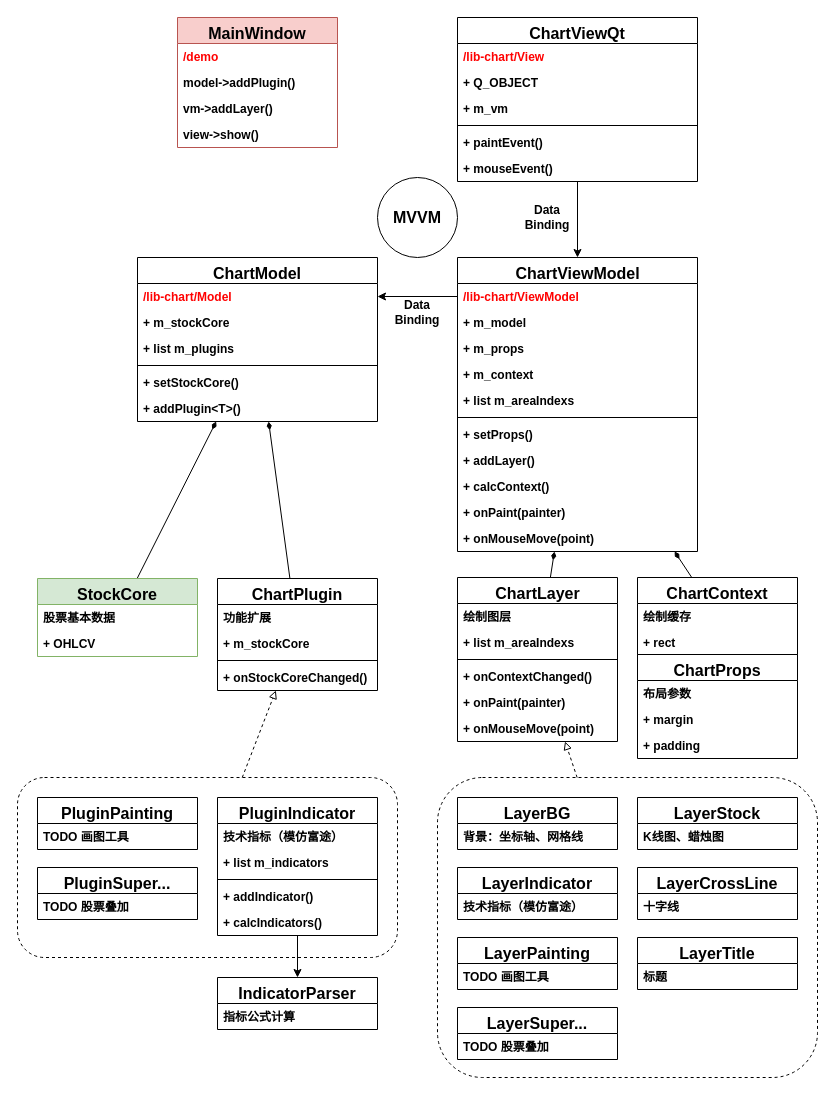
Before: doc/architecture.drawio in zxffffffff/stock-charts-cpp, a draw.io diagram. Source tidied: cells renumbered, new cells numbered last; positions are measured from the earlier drawing's top-left corner, leaving out a move shared by most shapes. Both pictures are drawn from the tidied source at 100%, with x=0, y=0 at pixel (17, 17).
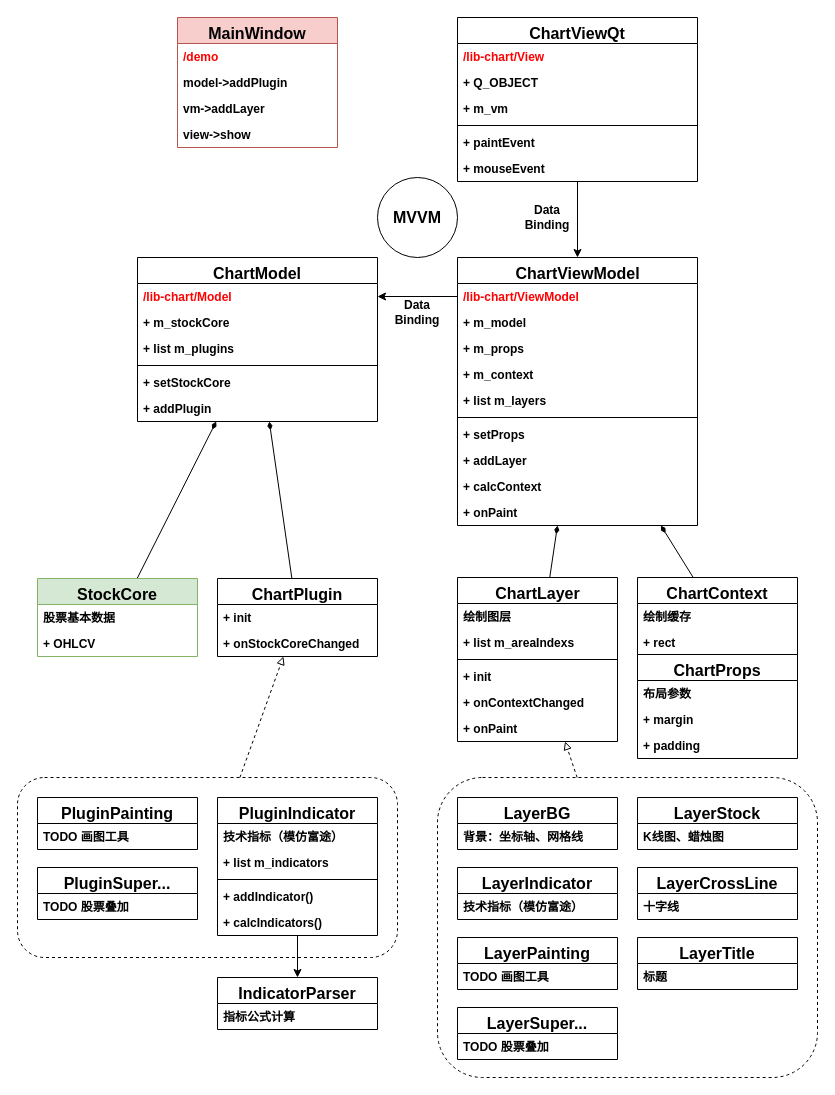
The same diagram, later.

The change refers to these unchanged cells:
```xml
<mxCell id="6" value="ChartModel" style="swimlane;fontStyle=1;align=center;verticalAlign=top;horizontal=1;startSize=26;fontSize=16;fontFamily=微软雅黑;" parent="1" vertex="1">
  <mxGeometry x="120" y="240" width="240" height="164" as="geometry" />
</mxCell>
<mxCell id="57" value="ChartLayer" style="swimlane;fontStyle=1;align=center;verticalAlign=top;horizontal=1;startSize=26;fontSize=16;html=1;fontFamily=微软雅黑;" parent="1" vertex="1">
  <mxGeometry x="440" y="560" width="160" height="164" as="geometry" />
</mxCell>
<mxCell id="78" value="MainWindow" style="swimlane;fontStyle=1;align=center;verticalAlign=top;horizontal=1;startSize=26;fontSize=16;fontFamily=微软雅黑;fillColor=#f8cecc;strokeColor=#b85450;" parent="1" vertex="1">
  <mxGeometry x="160" width="160" height="130" as="geometry" />
</mxCell>
<mxCell id="85" value="ChartViewQt" style="swimlane;fontStyle=1;align=center;verticalAlign=top;horizontal=1;startSize=26;fontSize=16;fontFamily=微软雅黑;" parent="1" vertex="1">
  <mxGeometry x="440" width="240" height="164" as="geometry" />
</mxCell>
```

Change to the diagram source:
```diff
@@
-    <mxCell id="11" value="+ setStockCore()" style="text;align=left;verticalAlign=top;spacingLeft=4;spacingRight=4;overflow=hidden;fontFamily=微软雅黑;fontStyle=1;" parent="6" vertex="1">
+    <mxCell id="11" value="+ setStockCore" style="text;align=left;verticalAlign=top;spacingLeft=4;spacingRight=4;overflow=hidden;fontFamily=微软雅黑;fontStyle=1;" parent="6" vertex="1">
       <mxGeometry y="112" width="240" height="26" as="geometry" />
     </mxCell>
-    <mxCell id="12" value="+ addPlugin&lt;T&gt;()" style="text;align=left;verticalAlign=top;spacingLeft=4;spacingRight=4;overflow=hidden;fontFamily=微软雅黑;fontStyle=1;" parent="6" vertex="1">
+    <mxCell id="12" value="+ addPlugin" style="text;align=left;verticalAlign=top;spacingLeft=4;spacingRight=4;overflow=hidden;fontFamily=微软雅黑;fontStyle=1;" parent="6" vertex="1">
       <mxGeometry y="138" width="240" height="26" as="geometry" />
     </mxCell>
@@
     <mxCell id="22" value="ChartPlugin" style="swimlane;fontStyle=1;align=center;verticalAlign=top;horizontal=1;startSize=26;fontSize=16;fontFamily=微软雅黑;" parent="1" vertex="1">
-      <mxGeometry x="200" y="561" width="160" height="112" as="geometry" />
+      <mxGeometry x="200" y="561" width="160" height="78" as="geometry" />
     </mxCell>
-    <mxCell id="23" value="功能扩展" style="text;align=left;verticalAlign=top;spacingLeft=4;spacingRight=4;overflow=hidden;fontFamily=微软雅黑;fontStyle=1;" parent="22" vertex="1">
-      <mxGeometry y="26" width="160" height="26" as="geometry" />
-    </mxCell>
-    <mxCell id="24" value="+ m_stockCore" style="text;align=left;verticalAlign=top;spacingLeft=4;spacingRight=4;overflow=hidden;fontFamily=微软雅黑;fontStyle=1;" parent="22" vertex="1">
-      <mxGeometry y="52" width="160" height="26" as="geometry" />
+    <mxCell id="24" value="+ init" style="text;align=left;verticalAlign=top;spacingLeft=4;spacingRight=4;overflow=hidden;fontFamily=微软雅黑;fontStyle=1;" parent="22" vertex="1">
+      <mxGeometry y="26" width="160" height="26" as="geometry" />
     </mxCell>
-    <mxCell id="25" style="line;strokeWidth=1;align=left;verticalAlign=middle;spacingTop=-1;spacingLeft=3;spacingRight=3;labelPosition=right;fontFamily=微软雅黑;fontStyle=1;" parent="22" vertex="1">
-      <mxGeometry y="78" width="160" height="8" as="geometry" />
-    </mxCell>
-    <mxCell id="26" value="+ onStockCoreChanged()" style="text;align=left;verticalAlign=top;spacingLeft=4;spacingRight=4;overflow=hidden;fontFamily=微软雅黑;fontStyle=1;" parent="22" vertex="1">
-      <mxGeometry y="86" width="160" height="26" as="geometry" />
+    <mxCell id="26" value="+ onStockCoreChanged" style="text;align=left;verticalAlign=top;spacingLeft=4;spacingRight=4;overflow=hidden;fontFamily=微软雅黑;fontStyle=1;" parent="22" vertex="1">
+      <mxGeometry y="52" width="160" height="26" as="geometry" />
     </mxCell>
@@
     <mxCell id="31" value="ChartViewModel" style="swimlane;fontStyle=1;align=center;verticalAlign=top;horizontal=1;startSize=26;fontSize=16;html=1;fontFamily=微软雅黑;" parent="1" vertex="1">
-      <mxGeometry x="440" y="240" width="240" height="294" as="geometry" />
+      <mxGeometry x="440" y="240" width="240" height="268" as="geometry" />
     </mxCell>
@@
-    <mxCell id="36" value="+ list m_areaIndexs" style="text;align=left;verticalAlign=top;spacingLeft=4;spacingRight=4;overflow=hidden;fontFamily=微软雅黑;fontStyle=1;" parent="31" vertex="1">
+    <mxCell id="36" value="+ list m_layers" style="text;align=left;verticalAlign=top;spacingLeft=4;spacingRight=4;overflow=hidden;fontFamily=微软雅黑;fontStyle=1;" parent="31" vertex="1">
       <mxGeometry y="130" width="240" height="26" as="geometry" />
     </mxCell>
@@
-    <mxCell id="38" value="+ setProps()" style="text;align=left;verticalAlign=top;spacingLeft=4;spacingRight=4;overflow=hidden;fontFamily=微软雅黑;fontStyle=1;" parent="31" vertex="1">
+    <mxCell id="38" value="+ setProps" style="text;align=left;verticalAlign=top;spacingLeft=4;spacingRight=4;overflow=hidden;fontFamily=微软雅黑;fontStyle=1;" parent="31" vertex="1">
       <mxGeometry y="164" width="240" height="26" as="geometry" />
     </mxCell>
-    <mxCell id="39" value="+ addLayer()" style="text;align=left;verticalAlign=top;spacingLeft=4;spacingRight=4;overflow=hidden;fontFamily=微软雅黑;fontStyle=1;" parent="31" vertex="1">
+    <mxCell id="39" value="+ addLayer" style="text;align=left;verticalAlign=top;spacingLeft=4;spacingRight=4;overflow=hidden;fontFamily=微软雅黑;fontStyle=1;" parent="31" vertex="1">
       <mxGeometry y="190" width="240" height="26" as="geometry" />
     </mxCell>
-    <mxCell id="40" value="+ calcContext()" style="text;align=left;verticalAlign=top;spacingLeft=4;spacingRight=4;overflow=hidden;fontFamily=微软雅黑;fontStyle=1;" parent="31" vertex="1">
+    <mxCell id="40" value="+ calcContext" style="text;align=left;verticalAlign=top;spacingLeft=4;spacingRight=4;overflow=hidden;fontFamily=微软雅黑;fontStyle=1;" parent="31" vertex="1">
       <mxGeometry y="216" width="240" height="26" as="geometry" />
     </mxCell>
-    <mxCell id="41" value="+ onPaint(painter)" style="text;align=left;verticalAlign=top;spacingLeft=4;spacingRight=4;overflow=hidden;fontFamily=微软雅黑;fontStyle=1;" parent="31" vertex="1">
+    <mxCell id="41" value="+ onPaint" style="text;align=left;verticalAlign=top;spacingLeft=4;spacingRight=4;overflow=hidden;fontFamily=微软雅黑;fontStyle=1;" parent="31" vertex="1">
       <mxGeometry y="242" width="240" height="26" as="geometry" />
     </mxCell>
-    <mxCell id="42" value="+ onMouseMove(point)" style="text;align=left;verticalAlign=top;spacingLeft=4;spacingRight=4;overflow=hidden;fontFamily=微软雅黑;fontStyle=1;" parent="31" vertex="1">
-      <mxGeometry y="268" width="240" height="26" as="geometry" />
-    </mxCell>
@@
-    <mxCell id="61" value="+ onContextChanged()" style="text;align=left;verticalAlign=top;spacingLeft=4;spacingRight=4;overflow=hidden;fontFamily=微软雅黑;fontStyle=1;" parent="57" vertex="1">
+    <mxCell id="61" value="+ init" style="text;align=left;verticalAlign=top;spacingLeft=4;spacingRight=4;overflow=hidden;fontFamily=微软雅黑;fontStyle=1;" parent="57" vertex="1">
       <mxGeometry y="86" width="160" height="26" as="geometry" />
     </mxCell>
-    <mxCell id="62" value="+ onPaint(painter)" style="text;align=left;verticalAlign=top;spacingLeft=4;spacingRight=4;overflow=hidden;fontFamily=微软雅黑;fontStyle=1;" parent="57" vertex="1">
+    <mxCell id="62" value="+ onContextChanged" style="text;align=left;verticalAlign=top;spacingLeft=4;spacingRight=4;overflow=hidden;fontFamily=微软雅黑;fontStyle=1;" parent="57" vertex="1">
       <mxGeometry y="112" width="160" height="26" as="geometry" />
     </mxCell>
-    <mxCell id="63" value="+ onMouseMove(point)" style="text;align=left;verticalAlign=top;spacingLeft=4;spacingRight=4;overflow=hidden;fontFamily=微软雅黑;fontStyle=1;" parent="57" vertex="1">
+    <mxCell id="63" value="+ onPaint" style="text;align=left;verticalAlign=top;spacingLeft=4;spacingRight=4;overflow=hidden;fontFamily=微软雅黑;fontStyle=1;" parent="57" vertex="1">
       <mxGeometry y="138" width="160" height="26" as="geometry" />
     </mxCell>
@@
-    <mxCell id="80" value="model-&gt;addPlugin()" style="text;align=left;verticalAlign=top;spacingLeft=4;spacingRight=4;overflow=hidden;fontFamily=微软雅黑;fontStyle=1;" parent="78" vertex="1">
+    <mxCell id="80" value="model-&gt;addPlugin" style="text;align=left;verticalAlign=top;spacingLeft=4;spacingRight=4;overflow=hidden;fontFamily=微软雅黑;fontStyle=1;" parent="78" vertex="1">
       <mxGeometry y="52" width="160" height="26" as="geometry" />
     </mxCell>
-    <mxCell id="81" value="vm-&gt;addLayer()" style="text;align=left;verticalAlign=top;spacingLeft=4;spacingRight=4;overflow=hidden;fontFamily=微软雅黑;fontStyle=1;" parent="78" vertex="1">
+    <mxCell id="81" value="vm-&gt;addLayer" style="text;align=left;verticalAlign=top;spacingLeft=4;spacingRight=4;overflow=hidden;fontFamily=微软雅黑;fontStyle=1;" parent="78" vertex="1">
       <mxGeometry y="78" width="160" height="26" as="geometry" />
     </mxCell>
-    <mxCell id="82" value="view-&gt;show()" style="text;align=left;verticalAlign=top;spacingLeft=4;spacingRight=4;overflow=hidden;fontFamily=微软雅黑;fontStyle=1;" parent="78" vertex="1">
+    <mxCell id="82" value="view-&gt;show" style="text;align=left;verticalAlign=top;spacingLeft=4;spacingRight=4;overflow=hidden;fontFamily=微软雅黑;fontStyle=1;" parent="78" vertex="1">
       <mxGeometry y="104" width="160" height="26" as="geometry" />
     </mxCell>
@@
-    <mxCell id="90" value="+ paintEvent()" style="text;align=left;verticalAlign=top;spacingLeft=4;spacingRight=4;overflow=hidden;fontFamily=微软雅黑;fontStyle=1;" parent="85" vertex="1">
+    <mxCell id="90" value="+ paintEvent" style="text;align=left;verticalAlign=top;spacingLeft=4;spacingRight=4;overflow=hidden;fontFamily=微软雅黑;fontStyle=1;" parent="85" vertex="1">
       <mxGeometry y="112" width="240" height="26" as="geometry" />
     </mxCell>
-    <mxCell id="91" value="+ mouseEvent()" style="text;align=left;verticalAlign=top;spacingLeft=4;spacingRight=4;overflow=hidden;fontFamily=微软雅黑;fontStyle=1;" parent="85" vertex="1">
+    <mxCell id="91" value="+ mouseEvent" style="text;align=left;verticalAlign=top;spacingLeft=4;spacingRight=4;overflow=hidden;fontFamily=微软雅黑;fontStyle=1;" parent="85" vertex="1">
       <mxGeometry y="138" width="240" height="26" as="geometry" />
     </mxCell>
```
